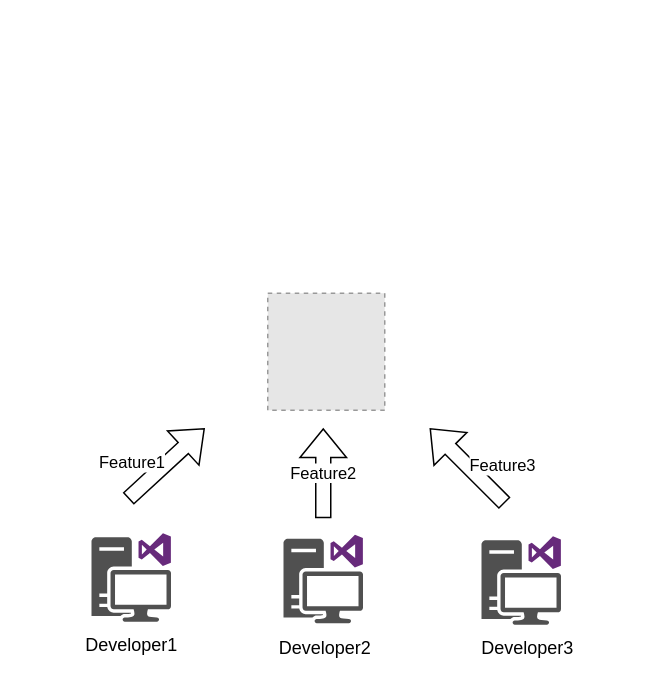
andovnar2021/shema_CI-CD keeps this draw.io diagram as page "Page-1" (1 of 2) of Untitled Diagram.drawio. Above is the earlier version. Source tidied: cells renumbered, new cells numbered last; positions are measured from the earlier drawing's top-left corner, leaving out a move shared by most shapes. Both pictures are drawn from the tidied source at 150%, with x=0, y=0 at pixel (70, 292). Pictures stored in the file or linked from it are replaced by grey dashed boxes.
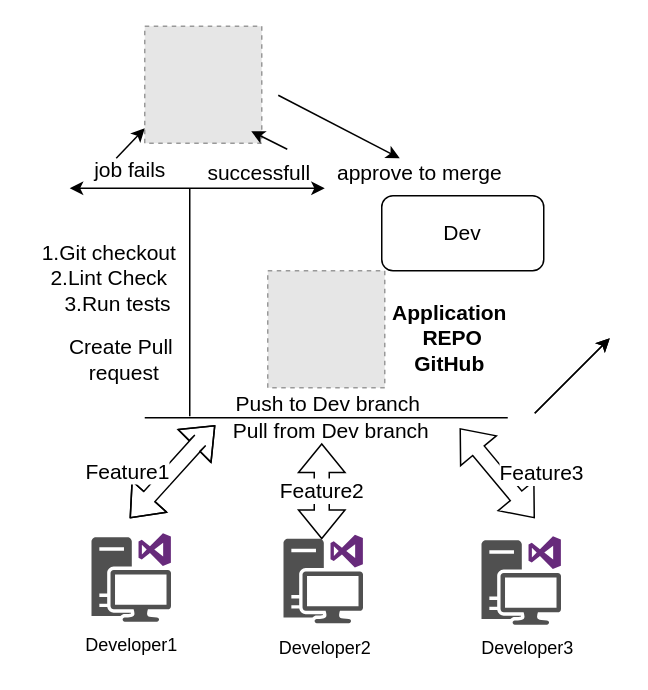
The same page after the edit.

What changed in the source:
```diff
@@
+    <mxCell id="12" value="&lt;h1&gt;&lt;br&gt;&lt;/h1&gt;" style="fillColor=#E6E6E6;strokeColor=#999999;dashed=1;html=1;verticalAlign=top;verticalLabelPosition=bottom;labelBackgroundColor=#ffffff;align=left;" parent="1" vertex="1">
+      <mxGeometry x="131" y="-15" width="78" height="78" as="geometry" />
+    </mxCell>
+    <mxCell id="13" value="&lt;b&gt;Application&lt;br&gt;&amp;nbsp;REPO&lt;br&gt;GitHub&lt;br&gt;&lt;/b&gt;" style="text;html=1;align=center;verticalAlign=middle;strokeColor=none;fillColor=none;fontSize=14;fontFamily=Helvetica;" parent="1" vertex="1">
+      <mxGeometry x="207" width="90" height="60" as="geometry" />
+    </mxCell>
+    <mxCell id="14" style="endArrow=none;html=1;rounded=0;fontFamily=Helvetica;fontSize=14;" parent="1" edge="1">
+      <mxGeometry relative="1" as="geometry">
+        <mxPoint x="49" y="83" as="sourcePoint" />
+        <mxPoint x="291" y="83" as="targetPoint" />
+      </mxGeometry>
+    </mxCell>
+    <mxCell id="15" value="Push to Dev branch" style="text;html=1;align=center;verticalAlign=middle;strokeColor=none;fillColor=none;fontSize=14;fontFamily=Helvetica;" parent="1" vertex="1">
+      <mxGeometry x="101" y="64" width="140" height="20" as="geometry" />
+    </mxCell>
+    <mxCell id="16" style="endArrow=none;html=1;rounded=0;fontFamily=Helvetica;fontSize=14;fontColor=none;" parent="1" edge="1">
+      <mxGeometry relative="1" as="geometry">
+        <mxPoint x="79" y="82" as="sourcePoint" />
+        <mxPoint x="79" y="-70" as="targetPoint" />
+      </mxGeometry>
+    </mxCell>
+    <mxCell id="17" value="Pull from Dev branch" style="text;html=1;align=center;verticalAlign=middle;strokeColor=none;fillColor=none;fontSize=14;fontFamily=Helvetica;" parent="1" vertex="1">
+      <mxGeometry x="98" y="82" width="150" height="20" as="geometry" />
+    </mxCell>
-    <mxCell id="8" value="Feature1" style="shape=flexArrow;endArrow=classic;html=1;rounded=0;align=right;" parent="1" edge="1">
+    <mxCell id="8" value="Feature1" style="shape=flexArrow;endArrow=classic;startArrow=classic;html=1;rounded=0;fontFamily=Helvetica;fontSize=14;fontColor=none;align=right;" parent="1" edge="1">
       <mxGeometry relative="1" as="geometry">
-        <mxPoint x="38" y="137" as="sourcePoint" />
-        <mxPoint x="89" y="90" as="targetPoint" />
+        <mxPoint x="39" y="150" as="sourcePoint" />
+        <mxPoint x="96" y="88" as="targetPoint" />
+        <Array as="points">
+          <mxPoint x="86" y="98" />
+        </Array>
       </mxGeometry>
     </mxCell>
+    <mxCell id="10" value="Feature2" style="shape=flexArrow;endArrow=classic;startArrow=classic;html=1;rounded=0;fontFamily=Helvetica;fontSize=14;fontColor=none;" parent="1" edge="1">
+      <mxGeometry relative="1" as="geometry">
+        <mxPoint x="167" y="164" as="sourcePoint" />
+        <mxPoint x="167" y="100" as="targetPoint" />
+      </mxGeometry>
+    </mxCell>
-    <mxCell id="9" value="Feature3" style="shape=flexArrow;endArrow=classic;html=1;rounded=0;align=left;" parent="1" edge="1">
+    <mxCell id="9" value="Feature3" style="shape=flexArrow;endArrow=classic;startArrow=classic;html=1;rounded=0;fontFamily=Helvetica;fontSize=14;fontColor=none;align=left;" parent="1" edge="1">
       <mxGeometry relative="1" as="geometry">
-        <mxPoint x="289" y="140" as="sourcePoint" />
-        <mxPoint x="239" y="90" as="targetPoint" />
+        <mxPoint x="309" y="150" as="sourcePoint" />
+        <mxPoint x="259" y="90" as="targetPoint" />
       </mxGeometry>
     </mxCell>
-    <mxCell id="10" value="Feature2" style="shape=flexArrow;endArrow=classic;html=1;rounded=0;" parent="1" edge="1">
-      <mxGeometry relative="1" as="geometry">
-        <mxPoint x="168" y="150" as="sourcePoint" />
-        <mxPoint x="168" y="90" as="targetPoint" />
-      </mxGeometry>
-    </mxCell>
-    <mxCell id="11" style="fillColor=#E6E6E6;strokeColor=#999999;dashed=1;html=1;verticalAlign=top;verticalLabelPosition=bottom;labelBackgroundColor=#ffffff;" parent="1" vertex="1">
-      <mxGeometry x="131" width="78" height="78" as="geometry" />
-    </mxCell>
+    <mxCell id="18" value="Create Pull&amp;nbsp;&lt;br&gt;request" style="text;html=1;align=center;verticalAlign=middle;strokeColor=none;fillColor=none;fontSize=14;fontFamily=Helvetica;" parent="1" vertex="1">
+      <mxGeometry x="-10" y="24" width="90" height="40" as="geometry" />
+    </mxCell>
+    <mxCell id="19" value="1.Git checkout&lt;br&gt;2.Lint Check&lt;br&gt;&amp;nbsp; &amp;nbsp; 3.Run tests&amp;nbsp;" style="text;html=1;align=center;verticalAlign=middle;strokeColor=none;fillColor=none;fontSize=14;fontFamily=Helvetica;" parent="1" vertex="1">
+      <mxGeometry x="-30" y="-40" width="110" height="60" as="geometry" />
+    </mxCell>
+    <mxCell id="20" style="endArrow=classic;startArrow=classic;html=1;rounded=0;fontFamily=Helvetica;fontSize=14;fontColor=none;" parent="1" edge="1">
+      <mxGeometry relative="1" as="geometry">
+        <mxPoint x="-1" y="-70" as="sourcePoint" />
+        <mxPoint x="169" y="-70" as="targetPoint" />
+      </mxGeometry>
+    </mxCell>
+    <mxCell id="21" style="fillColor=#E6E6E6;strokeColor=#999999;dashed=1;html=1;verticalAlign=top;verticalLabelPosition=bottom;labelBackgroundColor=#ffffff;fontFamily=Helvetica;fontSize=14;fontColor=none;" parent="1" vertex="1">
+      <mxGeometry x="49" y="-178" width="78" height="78" as="geometry" />
+    </mxCell>
+    <mxCell id="22" value="job fails" style="text;html=1;align=center;verticalAlign=middle;strokeColor=none;fillColor=none;fontSize=14;fontFamily=Helvetica;fontColor=none;" parent="1" vertex="1">
+      <mxGeometry x="9" y="-92" width="60" height="20" as="geometry" />
+    </mxCell>
+    <mxCell id="23" style="endArrow=classic;html=1;rounded=0;fontFamily=Helvetica;fontSize=14;fontColor=none;" parent="1" edge="1">
+      <mxGeometry relative="1" as="geometry">
+        <mxPoint x="309" y="80" as="sourcePoint" />
+        <mxPoint x="359" y="30" as="targetPoint" />
+      </mxGeometry>
+    </mxCell>
+    <mxCell id="24" value="successfull" style="text;html=1;align=center;verticalAlign=middle;strokeColor=none;fillColor=none;fontSize=14;fontFamily=Helvetica;fontColor=none;" parent="1" vertex="1">
+      <mxGeometry x="85" y="-90" width="80" height="20" as="geometry" />
+    </mxCell>
+    <mxCell id="25" style="endArrow=classic;html=1;rounded=0;fontFamily=Helvetica;fontSize=14;fontColor=none;" parent="1" edge="1">
+      <mxGeometry relative="1" as="geometry">
+        <mxPoint x="30" y="-90" as="sourcePoint" />
+        <mxPoint x="49" y="-110" as="targetPoint" />
+      </mxGeometry>
+    </mxCell>
+    <mxCell id="26" style="endArrow=classic;html=1;rounded=0;fontFamily=Helvetica;fontSize=14;fontColor=none;entryX=1.026;entryY=0.897;entryDx=0;entryDy=0;entryPerimeter=0;" parent="1" edge="1">
+      <mxGeometry relative="1" as="geometry">
+        <mxPoint x="144" y="-96" as="sourcePoint" />
+        <mxPoint x="120" y="-108" as="targetPoint" />
+      </mxGeometry>
+    </mxCell>
+    <mxCell id="27" style="endArrow=classic;html=1;rounded=0;fontFamily=Helvetica;fontSize=14;fontColor=none;" parent="1" edge="1">
+      <mxGeometry relative="1" as="geometry">
+        <mxPoint x="309" y="80" as="sourcePoint" />
+        <mxPoint x="359" y="30" as="targetPoint" />
+      </mxGeometry>
+    </mxCell>
+    <mxCell id="28" style="endArrow=classic;html=1;rounded=0;fontFamily=Helvetica;fontSize=14;fontColor=none;" parent="1" edge="1">
+      <mxGeometry relative="1" as="geometry">
+        <mxPoint x="138" y="-132" as="sourcePoint" />
+        <mxPoint x="219" y="-90" as="targetPoint" />
+      </mxGeometry>
+    </mxCell>
+    <mxCell id="29" value="approve to merge" style="text;html=1;align=center;verticalAlign=middle;strokeColor=none;fillColor=none;fontSize=14;fontFamily=Helvetica;fontColor=none;" parent="1" vertex="1">
+      <mxGeometry x="167" y="-90" width="130" height="20" as="geometry" />
+    </mxCell>
+    <mxCell id="30" value="Dev" style="rounded=1;whiteSpace=wrap;html=1;fontFamily=Helvetica;fontSize=14;fontColor=none;" parent="1" vertex="1">
+      <mxGeometry x="207" y="-65" width="108" height="50" as="geometry" />
+    </mxCell>
```
